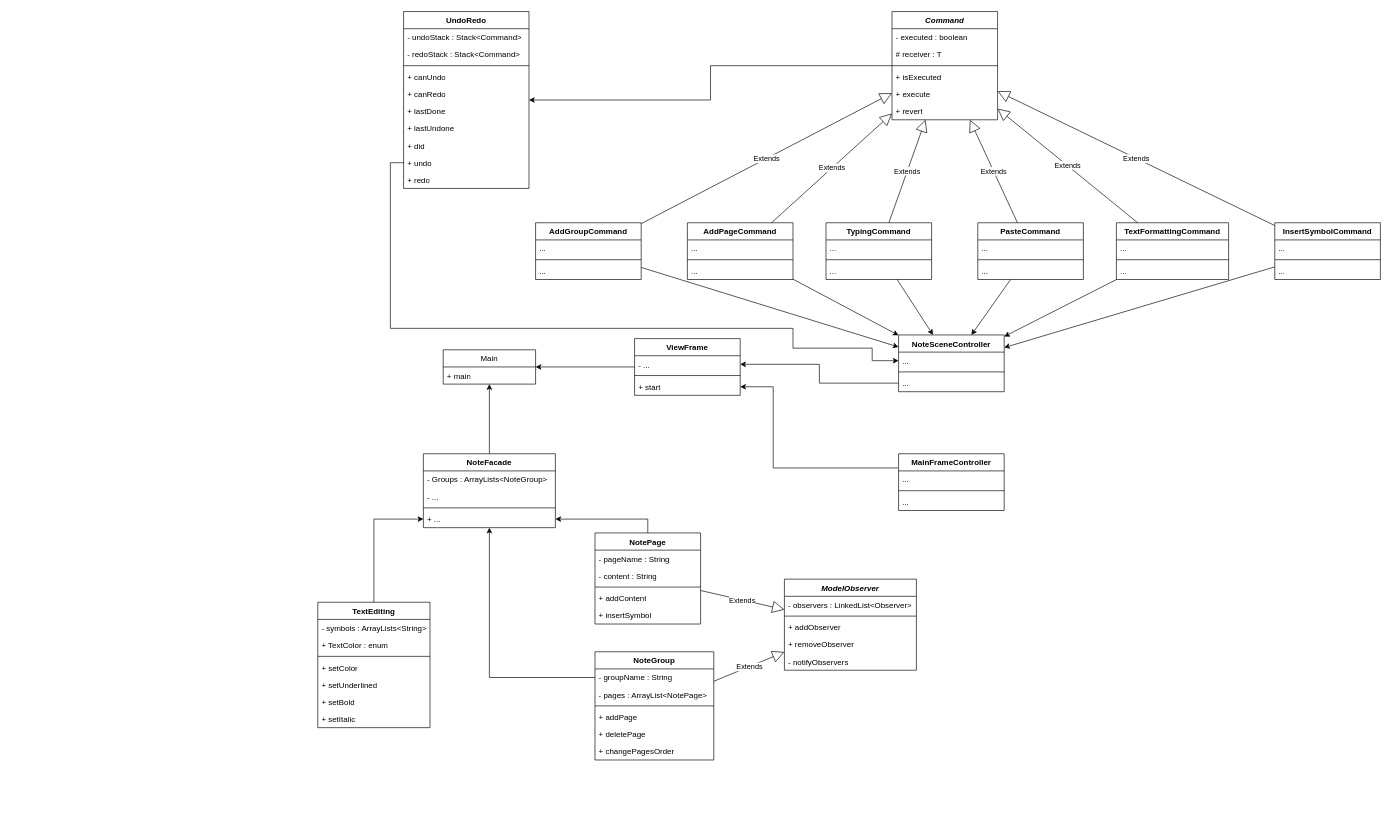
This is page "Class Diagram" (9 of 9) of uml_diagrams/notebookapp.drawio from EvatsugDnalloR/NotebookApplication, a draw.io file, before an edit. Source tidied: cells renumbered, new cells numbered last; positions are measured from the earlier drawing's top-left corner, leaving out a move shared by most shapes. Both pictures are drawn from the tidied source at 66%, with x=0, y=0 at pixel (317, 11).
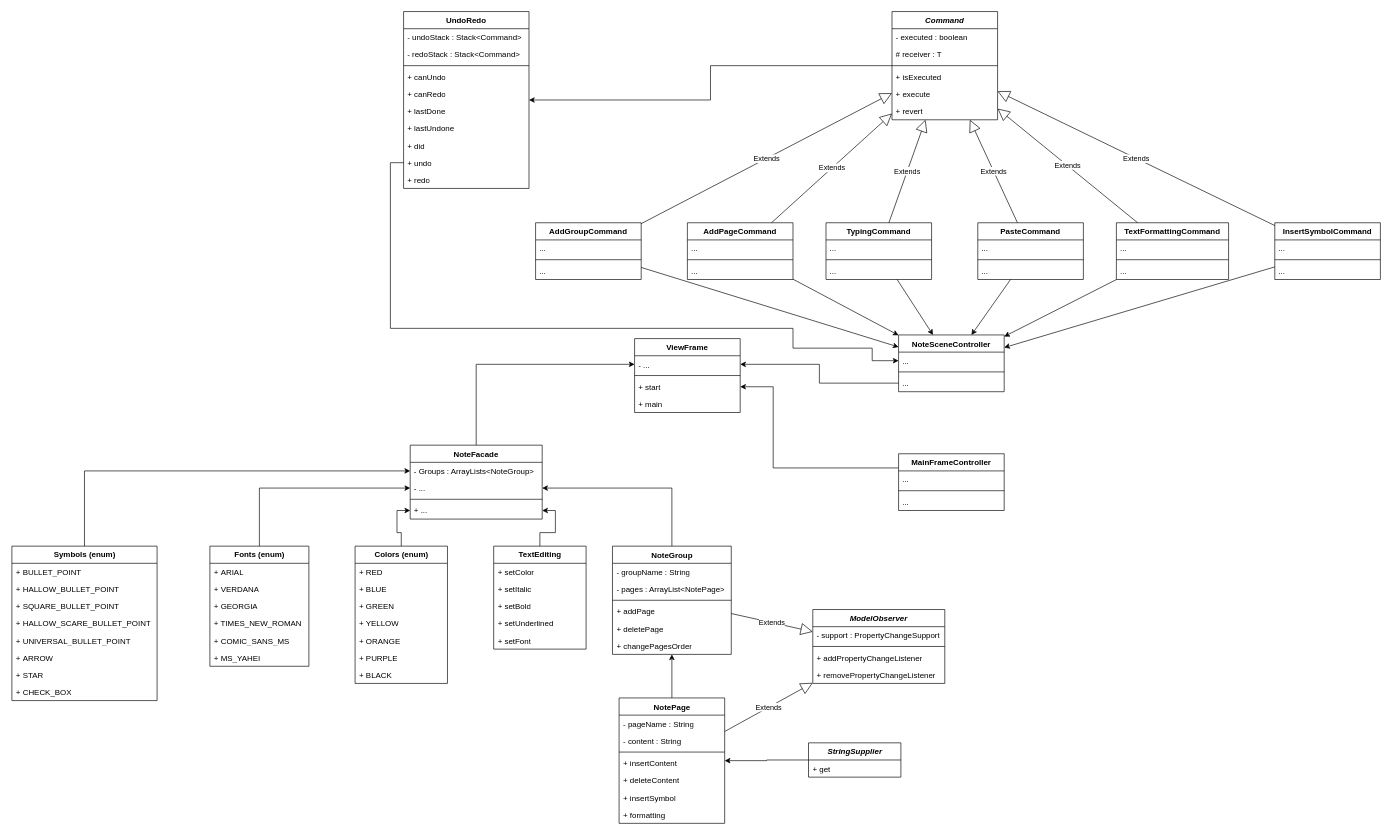
The same diagram, later.

Commit message (it also covers changes not shown here):
updated class diagram

Unchanged cells that the change refers to:
```xml
<mxCell id="10" value="- groupName : String" style="text;strokeColor=none;fillColor=none;align=left;verticalAlign=top;spacingLeft=4;spacingRight=4;overflow=hidden;points=[[0,0.5],[1,0.5]];portConstraint=eastwest;whiteSpace=wrap;html=1;" parent="9" vertex="1">
  <mxGeometry y="26" width="180" height="26" as="geometry" />
</mxCell>
<mxCell id="26" value="- Groups : ArrayLists&amp;lt;NoteGroup&amp;gt;" style="text;strokeColor=none;fillColor=none;align=left;verticalAlign=top;spacingLeft=4;spacingRight=4;overflow=hidden;points=[[0,0.5],[1,0.5]];portConstraint=eastwest;whiteSpace=wrap;html=1;" parent="25" vertex="1">
  <mxGeometry y="26" width="200" height="26" as="geometry" />
</mxCell>
<mxCell id="27" value="- ..." style="text;strokeColor=none;fillColor=none;align=left;verticalAlign=top;spacingLeft=4;spacingRight=4;overflow=hidden;points=[[0,0.5],[1,0.5]];portConstraint=eastwest;whiteSpace=wrap;html=1;" parent="25" vertex="1">
  <mxGeometry y="52" width="200" height="26" as="geometry" />
</mxCell>
<mxCell id="29" value="+ ..." style="text;strokeColor=none;fillColor=none;align=left;verticalAlign=top;spacingLeft=4;spacingRight=4;overflow=hidden;points=[[0,0.5],[1,0.5]];portConstraint=eastwest;whiteSpace=wrap;html=1;" parent="25" vertex="1">
  <mxGeometry y="86" width="200" height="26" as="geometry" />
</mxCell>
<mxCell id="80" value="- ..." style="text;strokeColor=none;fillColor=none;align=left;verticalAlign=top;spacingLeft=4;spacingRight=4;overflow=hidden;points=[[0,0.5],[1,0.5]];portConstraint=eastwest;whiteSpace=wrap;html=1;" parent="79" vertex="1">
  <mxGeometry y="26" width="160" height="26" as="geometry" />
</mxCell>
```

What changed in the source:
```diff
@@
-    <mxCell id="2" style="rounded=0;jettySize=auto;html=1;exitX=0.5;exitY=0;exitDx=0;exitDy=0;edgeStyle=orthogonalEdgeStyle;entryX=1;entryY=0.5;entryDx=0;entryDy=0;" parent="1" edge="1" source="3" target="29">
-      <mxGeometry relative="1" as="geometry" />
-    </mxCell>
+    <mxCell id="113" style="edgeStyle=orthogonalEdgeStyle;rounded=0;jettySize=auto;html=1;" parent="1" edge="1" source="3" target="9">
+      <mxGeometry relative="1" as="geometry" />
+    </mxCell>
     <mxCell id="3" value="NotePage" style="swimlane;fontStyle=1;align=center;verticalAlign=top;horizontal=1;startSize=26;whiteSpace=wrap;html=1;" parent="1" vertex="1">
-      <mxGeometry x="420" y="790" width="160" height="138" as="geometry" />
+      <mxGeometry x="456.5" y="1040" width="160" height="190" as="geometry" />
     </mxCell>
@@
-    <mxCell id="7" value="+ addContent" style="text;strokeColor=none;fillColor=none;align=left;verticalAlign=top;spacingLeft=4;spacingRight=4;overflow=hidden;whiteSpace=wrap;html=1;" parent="3" vertex="1">
+    <mxCell id="7" value="+ insertContent" style="text;strokeColor=none;fillColor=none;align=left;verticalAlign=top;spacingLeft=4;spacingRight=4;overflow=hidden;whiteSpace=wrap;html=1;" parent="3" vertex="1">
       <mxGeometry y="86" width="160" height="26" as="geometry" />
     </mxCell>
-    <mxCell id="8" value="+ insertSymbol" style="text;strokeColor=none;fillColor=none;align=left;verticalAlign=top;spacingLeft=4;spacingRight=4;overflow=hidden;whiteSpace=wrap;html=1;" parent="3" vertex="1">
+    <mxCell id="8" value="+ deleteContent" style="text;strokeColor=none;fillColor=none;align=left;verticalAlign=top;spacingLeft=4;spacingRight=4;overflow=hidden;whiteSpace=wrap;html=1;" parent="3" vertex="1">
       <mxGeometry y="112" width="160" height="26" as="geometry" />
     </mxCell>
+    <mxCell id="114" value="+&amp;nbsp;insertSymbol" style="text;strokeColor=none;fillColor=none;align=left;verticalAlign=top;spacingLeft=4;spacingRight=4;overflow=hidden;whiteSpace=wrap;html=1;" parent="3" vertex="1">
+      <mxGeometry y="138" width="160" height="26" as="geometry" />
+    </mxCell>
+    <mxCell id="115" value="+ formatting" style="text;strokeColor=none;fillColor=none;align=left;verticalAlign=top;spacingLeft=4;spacingRight=4;overflow=hidden;whiteSpace=wrap;html=1;" parent="3" vertex="1">
+      <mxGeometry y="164" width="160" height="26" as="geometry" />
+    </mxCell>
+    <mxCell id="116" style="edgeStyle=orthogonalEdgeStyle;rounded=0;jettySize=auto;html=1;exitX=0.5;exitY=0;exitDx=0;exitDy=0;entryX=1;entryY=0.5;entryDx=0;entryDy=0;" parent="1" edge="1" source="9" target="27">
+      <mxGeometry relative="1" as="geometry" />
+    </mxCell>
     <mxCell id="9" value="NoteGroup" style="swimlane;fontStyle=1;align=center;verticalAlign=top;horizontal=1;startSize=26;whiteSpace=wrap;html=1;" parent="1" vertex="1">
-      <mxGeometry x="420" y="970" width="180" height="164" as="geometry" />
+      <mxGeometry x="446.5" y="810" width="180" height="164" as="geometry" />
     </mxCell>
@@
-    <mxCell id="16" style="edgeStyle=orthogonalEdgeStyle;rounded=0;jettySize=auto;html=1;exitX=0.5;exitY=0;exitDx=0;exitDy=0;entryX=0;entryY=0.5;entryDx=0;entryDy=0;" parent="1" edge="1" source="17" target="29">
-      <mxGeometry relative="1" as="geometry" />
-    </mxCell>
-    <mxCell id="17" value="TextEditing" style="swimlane;fontStyle=1;align=center;verticalAlign=top;horizontal=1;startSize=26;whiteSpace=wrap;html=1;" parent="1" vertex="1">
-      <mxGeometry y="895" width="170" height="190" as="geometry" />
-    </mxCell>
-    <mxCell id="18" value="- symbols : ArrayLists&amp;lt;String&amp;gt;" style="text;strokeColor=none;fillColor=none;align=left;verticalAlign=top;spacingLeft=4;spacingRight=4;overflow=hidden;whiteSpace=wrap;html=1;" parent="17" vertex="1">
-      <mxGeometry y="26" width="170" height="26" as="geometry" />
-    </mxCell>
-    <mxCell id="19" value="+ TextColor : enum" style="text;strokeColor=none;fillColor=none;align=left;verticalAlign=top;spacingLeft=4;spacingRight=4;overflow=hidden;whiteSpace=wrap;html=1;" parent="17" vertex="1">
-      <mxGeometry y="52" width="170" height="26" as="geometry" />
-    </mxCell>
-    <mxCell id="20" style="line;strokeWidth=1;fillColor=none;align=left;verticalAlign=middle;spacingTop=-1;spacingLeft=3;spacingRight=3;labelPosition=right;strokeColor=inherit;" parent="17" vertex="1">
-      <mxGeometry y="78" width="170" height="8" as="geometry" />
-    </mxCell>
-    <mxCell id="21" value="+ setColor" style="text;strokeColor=none;fillColor=none;align=left;verticalAlign=top;spacingLeft=4;spacingRight=4;overflow=hidden;whiteSpace=wrap;html=1;" parent="17" vertex="1">
-      <mxGeometry y="86" width="170" height="26" as="geometry" />
-    </mxCell>
-    <mxCell id="22" value="+ setUnderlined" style="text;strokeColor=none;fillColor=none;align=left;verticalAlign=top;spacingLeft=4;spacingRight=4;overflow=hidden;whiteSpace=wrap;html=1;" parent="17" vertex="1">
-      <mxGeometry y="112" width="170" height="26" as="geometry" />
-    </mxCell>
-    <mxCell id="23" value="+ setBold" style="text;strokeColor=none;fillColor=none;align=left;verticalAlign=top;spacingLeft=4;spacingRight=4;overflow=hidden;whiteSpace=wrap;html=1;" parent="17" vertex="1">
-      <mxGeometry y="138" width="170" height="26" as="geometry" />
-    </mxCell>
-    <mxCell id="24" value="+ setItalic" style="text;strokeColor=none;fillColor=none;align=left;verticalAlign=top;spacingLeft=4;spacingRight=4;overflow=hidden;whiteSpace=wrap;html=1;" parent="17" vertex="1">
-      <mxGeometry y="164" width="170" height="26" as="geometry" />
-    </mxCell>
     <mxCell id="25" value="NoteFacade" style="swimlane;fontStyle=1;align=center;verticalAlign=top;horizontal=1;startSize=26;whiteSpace=wrap;html=1;" parent="1" vertex="1">
-      <mxGeometry x="160" y="670" width="200" height="112" as="geometry" />
+      <mxGeometry x="140" y="657" width="200" height="112" as="geometry" />
     </mxCell>
@@
     <mxCell id="30" value="&lt;i&gt;ModelObserver&lt;/i&gt;" style="swimlane;fontStyle=1;align=center;verticalAlign=top;horizontal=1;startSize=26;whiteSpace=wrap;html=1;" parent="1" vertex="1">
-      <mxGeometry x="707" y="860" width="200" height="138" as="geometry" />
+      <mxGeometry x="750" y="906" width="200" height="112" as="geometry" />
     </mxCell>
-    <mxCell id="31" value="- observers : LinkedList&amp;lt;Observer&amp;gt;" style="text;strokeColor=none;fillColor=none;align=left;verticalAlign=top;spacingLeft=4;spacingRight=4;overflow=hidden;whiteSpace=wrap;html=1;" parent="30" vertex="1">
+    <mxCell id="31" value="- support : PropertyChangeSupport" style="text;strokeColor=none;fillColor=none;align=left;verticalAlign=top;spacingLeft=4;spacingRight=4;overflow=hidden;whiteSpace=wrap;html=1;" parent="30" vertex="1">
       <mxGeometry y="26" width="200" height="26" as="geometry" />
     </mxCell>
@@
-    <mxCell id="33" value="+ addObserver" style="text;strokeColor=none;fillColor=none;align=left;verticalAlign=top;spacingLeft=4;spacingRight=4;overflow=hidden;whiteSpace=wrap;html=1;" parent="30" vertex="1">
+    <mxCell id="33" value="+&amp;nbsp;addPropertyChangeListener" style="text;strokeColor=none;fillColor=none;align=left;verticalAlign=top;spacingLeft=4;spacingRight=4;overflow=hidden;whiteSpace=wrap;html=1;" parent="30" vertex="1">
       <mxGeometry y="60" width="200" height="26" as="geometry" />
     </mxCell>
-    <mxCell id="34" value="+ removeObserver" style="text;strokeColor=none;fillColor=none;align=left;verticalAlign=top;spacingLeft=4;spacingRight=4;overflow=hidden;whiteSpace=wrap;html=1;" parent="30" vertex="1">
+    <mxCell id="34" value="+&amp;nbsp;removePropertyChangeListener" style="text;strokeColor=none;fillColor=none;align=left;verticalAlign=top;spacingLeft=4;spacingRight=4;overflow=hidden;whiteSpace=wrap;html=1;" parent="30" vertex="1">
       <mxGeometry y="86" width="200" height="26" as="geometry" />
     </mxCell>
-    <mxCell id="35" value="- notifyObservers" style="text;strokeColor=none;fillColor=none;align=left;verticalAlign=top;spacingLeft=4;spacingRight=4;overflow=hidden;whiteSpace=wrap;html=1;" parent="30" vertex="1">
-      <mxGeometry y="112" width="200" height="26" as="geometry" />
-    </mxCell>
@@
-    <mxCell id="78" style="rounded=0;jettySize=auto;html=1;" parent="1" edge="1" source="79" target="92">
-      <mxGeometry relative="1" as="geometry" />
-    </mxCell>
     <mxCell id="79" value="ViewFrame" style="swimlane;fontStyle=1;align=center;verticalAlign=top;horizontal=1;startSize=26;whiteSpace=wrap;html=1;" parent="1" vertex="1">
-      <mxGeometry x="480" y="495.5" width="160" height="86" as="geometry" />
+      <mxGeometry x="480" y="495.5" width="160" height="112" as="geometry" />
     </mxCell>
@@
+    <mxCell id="93" value="+ main" style="text;strokeColor=none;fillColor=none;align=left;verticalAlign=top;spacingLeft=4;spacingRight=4;overflow=hidden;whiteSpace=wrap;html=1;" parent="79" vertex="1">
+      <mxGeometry y="86" width="160" height="26" as="geometry" />
+    </mxCell>
@@
-    <mxCell id="92" value="Main" style="swimlane;fontStyle=0;horizontal=1;startSize=26;fillColor=none;whiteSpace=wrap;html=1;" parent="1" vertex="1">
-      <mxGeometry x="190" y="512.5" width="140" height="52" as="geometry" />
-    </mxCell>
-    <mxCell id="93" value="+ main" style="text;strokeColor=none;fillColor=none;align=left;verticalAlign=top;spacingLeft=4;spacingRight=4;overflow=hidden;whiteSpace=wrap;html=1;" parent="92" vertex="1">
-      <mxGeometry y="26" width="140" height="26" as="geometry" />
-    </mxCell>
@@
-    <mxCell id="109" style="rounded=0;jettySize=auto;html=1;" parent="1" edge="1" source="25" target="92">
+    <mxCell id="109" style="rounded=0;jettySize=auto;html=1;edgeStyle=orthogonalEdgeStyle;" parent="1" edge="1" source="25" target="80">
       <mxGeometry relative="1" as="geometry" />
     </mxCell>
@@
-    <mxCell id="112" style="edgeStyle=orthogonalEdgeStyle;rounded=0;jettySize=auto;html=1;exitX=0;exitY=0.5;exitDx=0;exitDy=0;" parent="1" edge="1" source="10" target="25">
-      <mxGeometry relative="1" as="geometry" />
-    </mxCell>
+    <mxCell id="16" style="edgeStyle=orthogonalEdgeStyle;rounded=0;jettySize=auto;html=1;exitX=0.5;exitY=0;exitDx=0;exitDy=0;entryX=1;entryY=0.5;entryDx=0;entryDy=0;" parent="1" edge="1" source="17" target="29">
+      <mxGeometry relative="1" as="geometry" />
+    </mxCell>
+    <mxCell id="17" value="&lt;span style=&quot;font-weight: 700;&quot;&gt;TextEditing&lt;/span&gt;" style="swimlane;fontStyle=0;horizontal=1;startSize=26;fillColor=none;whiteSpace=wrap;html=1;" parent="1" vertex="1">
+      <mxGeometry x="266.5" y="810" width="140" height="156" as="geometry" />
+    </mxCell>
+    <mxCell id="21" value="+ setColor" style="text;strokeColor=none;fillColor=none;align=left;verticalAlign=top;spacingLeft=4;spacingRight=4;overflow=hidden;whiteSpace=wrap;html=1;" parent="17" vertex="1">
+      <mxGeometry y="26" width="140" height="26" as="geometry" />
+    </mxCell>
+    <mxCell id="24" value="+ setItalic" style="text;strokeColor=none;fillColor=none;align=left;verticalAlign=top;spacingLeft=4;spacingRight=4;overflow=hidden;whiteSpace=wrap;html=1;" parent="17" vertex="1">
+      <mxGeometry y="52" width="140" height="26" as="geometry" />
+    </mxCell>
+    <mxCell id="23" value="+ setBold" style="text;strokeColor=none;fillColor=none;align=left;verticalAlign=top;spacingLeft=4;spacingRight=4;overflow=hidden;whiteSpace=wrap;html=1;" parent="17" vertex="1">
+      <mxGeometry y="78" width="140" height="26" as="geometry" />
+    </mxCell>
+    <mxCell id="22" value="+ setUnderlined" style="text;strokeColor=none;fillColor=none;align=left;verticalAlign=top;spacingLeft=4;spacingRight=4;overflow=hidden;whiteSpace=wrap;html=1;" parent="17" vertex="1">
+      <mxGeometry y="104" width="140" height="26" as="geometry" />
+    </mxCell>
+    <mxCell id="117" value="+ setFont" style="text;strokeColor=none;fillColor=none;align=left;verticalAlign=top;spacingLeft=4;spacingRight=4;overflow=hidden;whiteSpace=wrap;html=1;" parent="17" vertex="1">
+      <mxGeometry y="130" width="140" height="26" as="geometry" />
+    </mxCell>
+    <mxCell id="118" style="edgeStyle=orthogonalEdgeStyle;rounded=0;jettySize=auto;html=1;exitX=0.5;exitY=0;exitDx=0;exitDy=0;entryX=0;entryY=0.5;entryDx=0;entryDy=0;" parent="1" edge="1" source="119" target="29">
+      <mxGeometry relative="1" as="geometry" />
+    </mxCell>
+    <mxCell id="119" value="&lt;b&gt;Colors (enum)&lt;/b&gt;" style="swimlane;fontStyle=0;horizontal=1;startSize=26;fillColor=none;whiteSpace=wrap;html=1;" parent="1" vertex="1">
+      <mxGeometry x="56.5" y="810" width="140" height="208" as="geometry" />
+    </mxCell>
+    <mxCell id="120" value="+ RED" style="text;strokeColor=none;fillColor=none;align=left;verticalAlign=top;spacingLeft=4;spacingRight=4;overflow=hidden;whiteSpace=wrap;html=1;" parent="119" vertex="1">
+      <mxGeometry y="26" width="140" height="26" as="geometry" />
+    </mxCell>
+    <mxCell id="121" value="+ BLUE" style="text;strokeColor=none;fillColor=none;align=left;verticalAlign=top;spacingLeft=4;spacingRight=4;overflow=hidden;whiteSpace=wrap;html=1;" parent="119" vertex="1">
+      <mxGeometry y="52" width="140" height="26" as="geometry" />
+    </mxCell>
+    <mxCell id="122" value="+ GREEN" style="text;strokeColor=none;fillColor=none;align=left;verticalAlign=top;spacingLeft=4;spacingRight=4;overflow=hidden;whiteSpace=wrap;html=1;" parent="119" vertex="1">
+      <mxGeometry y="78" width="140" height="26" as="geometry" />
+    </mxCell>
+    <mxCell id="123" value="+ YELLOW" style="text;strokeColor=none;fillColor=none;align=left;verticalAlign=top;spacingLeft=4;spacingRight=4;overflow=hidden;whiteSpace=wrap;html=1;" parent="119" vertex="1">
+      <mxGeometry y="104" width="140" height="26" as="geometry" />
+    </mxCell>
+    <mxCell id="124" value="+ ORANGE" style="text;strokeColor=none;fillColor=none;align=left;verticalAlign=top;spacingLeft=4;spacingRight=4;overflow=hidden;whiteSpace=wrap;html=1;" parent="119" vertex="1">
+      <mxGeometry y="130" width="140" height="26" as="geometry" />
+    </mxCell>
+    <mxCell id="125" value="+ PURPLE" style="text;strokeColor=none;fillColor=none;align=left;verticalAlign=top;spacingLeft=4;spacingRight=4;overflow=hidden;whiteSpace=wrap;html=1;" parent="119" vertex="1">
+      <mxGeometry y="156" width="140" height="26" as="geometry" />
+    </mxCell>
+    <mxCell id="126" value="+ BLACK" style="text;strokeColor=none;fillColor=none;align=left;verticalAlign=top;spacingLeft=4;spacingRight=4;overflow=hidden;whiteSpace=wrap;html=1;" parent="119" vertex="1">
+      <mxGeometry y="182" width="140" height="26" as="geometry" />
+    </mxCell>
+    <mxCell id="127" style="edgeStyle=orthogonalEdgeStyle;rounded=0;jettySize=auto;html=1;exitX=0.5;exitY=0;exitDx=0;exitDy=0;entryX=0;entryY=0.5;entryDx=0;entryDy=0;" parent="1" edge="1" source="128" target="27">
+      <mxGeometry relative="1" as="geometry" />
+    </mxCell>
+    <mxCell id="128" value="&lt;b&gt;Fonts (enum)&lt;/b&gt;" style="swimlane;fontStyle=0;horizontal=1;startSize=26;fillColor=none;whiteSpace=wrap;html=1;" parent="1" vertex="1">
+      <mxGeometry x="-163.5" y="810" width="150" height="182" as="geometry" />
+    </mxCell>
+    <mxCell id="129" value="+&amp;nbsp;ARIAL" style="text;strokeColor=none;fillColor=none;align=left;verticalAlign=top;spacingLeft=4;spacingRight=4;overflow=hidden;whiteSpace=wrap;html=1;" parent="128" vertex="1">
+      <mxGeometry y="26" width="150" height="26" as="geometry" />
+    </mxCell>
+    <mxCell id="130" value="+ VERDANA" style="text;strokeColor=none;fillColor=none;align=left;verticalAlign=top;spacingLeft=4;spacingRight=4;overflow=hidden;whiteSpace=wrap;html=1;" parent="128" vertex="1">
+      <mxGeometry y="52" width="150" height="26" as="geometry" />
+    </mxCell>
+    <mxCell id="131" value="+ GEORGIA" style="text;strokeColor=none;fillColor=none;align=left;verticalAlign=top;spacingLeft=4;spacingRight=4;overflow=hidden;whiteSpace=wrap;html=1;" parent="128" vertex="1">
+      <mxGeometry y="78" width="150" height="26" as="geometry" />
+    </mxCell>
+    <mxCell id="132" value="+ TIMES_NEW_ROMAN" style="text;strokeColor=none;fillColor=none;align=left;verticalAlign=top;spacingLeft=4;spacingRight=4;overflow=hidden;whiteSpace=wrap;html=1;" parent="128" vertex="1">
+      <mxGeometry y="104" width="150" height="26" as="geometry" />
+    </mxCell>
+    <mxCell id="133" value="+&amp;nbsp;COMIC_SANS_MS" style="text;strokeColor=none;fillColor=none;align=left;verticalAlign=top;spacingLeft=4;spacingRight=4;overflow=hidden;whiteSpace=wrap;html=1;" parent="128" vertex="1">
+      <mxGeometry y="130" width="150" height="26" as="geometry" />
+    </mxCell>
+    <mxCell id="134" value="+&amp;nbsp;MS_YAHEI" style="text;strokeColor=none;fillColor=none;align=left;verticalAlign=top;spacingLeft=4;spacingRight=4;overflow=hidden;whiteSpace=wrap;html=1;" parent="128" vertex="1">
+      <mxGeometry y="156" width="150" height="26" as="geometry" />
+    </mxCell>
+    <mxCell id="135" style="edgeStyle=orthogonalEdgeStyle;rounded=0;jettySize=auto;html=1;exitX=0.5;exitY=0;exitDx=0;exitDy=0;entryX=0;entryY=0.5;entryDx=0;entryDy=0;" parent="1" edge="1" source="136" target="26">
+      <mxGeometry relative="1" as="geometry" />
+    </mxCell>
+    <mxCell id="136" value="&lt;b&gt;Symbols (enum)&lt;/b&gt;" style="swimlane;fontStyle=0;horizontal=1;startSize=26;fillColor=none;whiteSpace=wrap;html=1;" parent="1" vertex="1">
+      <mxGeometry x="-463.5" y="810" width="220" height="234" as="geometry" />
+    </mxCell>
+    <mxCell id="137" value="+&amp;nbsp;BULLET_POINT" style="text;strokeColor=none;fillColor=none;align=left;verticalAlign=top;spacingLeft=4;spacingRight=4;overflow=hidden;whiteSpace=wrap;html=1;" parent="136" vertex="1">
+      <mxGeometry y="26" width="220" height="26" as="geometry" />
+    </mxCell>
+    <mxCell id="138" value="+&amp;nbsp;HALLOW_BULLET_POINT" style="text;strokeColor=none;fillColor=none;align=left;verticalAlign=top;spacingLeft=4;spacingRight=4;overflow=hidden;whiteSpace=wrap;html=1;" parent="136" vertex="1">
+      <mxGeometry y="52" width="220" height="26" as="geometry" />
+    </mxCell>
+    <mxCell id="139" value="+&amp;nbsp;SQUARE_BULLET_POINT" style="text;strokeColor=none;fillColor=none;align=left;verticalAlign=top;spacingLeft=4;spacingRight=4;overflow=hidden;whiteSpace=wrap;html=1;" parent="136" vertex="1">
+      <mxGeometry y="78" width="220" height="26" as="geometry" />
+    </mxCell>
+    <mxCell id="140" value="+&amp;nbsp;HALLOW_SCARE_BULLET_POINT" style="text;strokeColor=none;fillColor=none;align=left;verticalAlign=top;spacingLeft=4;spacingRight=4;overflow=hidden;whiteSpace=wrap;html=1;" parent="136" vertex="1">
+      <mxGeometry y="104" width="220" height="26" as="geometry" />
+    </mxCell>
+    <mxCell id="141" value="+&amp;nbsp;UNIVERSAL_BULLET_POINT" style="text;strokeColor=none;fillColor=none;align=left;verticalAlign=top;spacingLeft=4;spacingRight=4;overflow=hidden;whiteSpace=wrap;html=1;" parent="136" vertex="1">
+      <mxGeometry y="130" width="220" height="26" as="geometry" />
+    </mxCell>
+    <mxCell id="142" value="+&amp;nbsp;ARROW" style="text;strokeColor=none;fillColor=none;align=left;verticalAlign=top;spacingLeft=4;spacingRight=4;overflow=hidden;whiteSpace=wrap;html=1;" parent="136" vertex="1">
+      <mxGeometry y="156" width="220" height="26" as="geometry" />
+    </mxCell>
+    <mxCell id="143" value="+&amp;nbsp;STAR" style="text;strokeColor=none;fillColor=none;align=left;verticalAlign=top;spacingLeft=4;spacingRight=4;overflow=hidden;whiteSpace=wrap;html=1;" parent="136" vertex="1">
+      <mxGeometry y="182" width="220" height="26" as="geometry" />
+    </mxCell>
+    <mxCell id="144" value="+&amp;nbsp;CHECK_BOX" style="text;strokeColor=none;fillColor=none;align=left;verticalAlign=top;spacingLeft=4;spacingRight=4;overflow=hidden;whiteSpace=wrap;html=1;" parent="136" vertex="1">
+      <mxGeometry y="208" width="220" height="26" as="geometry" />
+    </mxCell>
+    <mxCell id="145" style="edgeStyle=orthogonalEdgeStyle;rounded=0;jettySize=auto;html=1;" parent="1" edge="1" source="146" target="3">
+      <mxGeometry relative="1" as="geometry" />
+    </mxCell>
+    <mxCell id="146" value="&lt;i&gt;&lt;b&gt;StringSupplier&lt;/b&gt;&lt;/i&gt;" style="swimlane;fontStyle=0;horizontal=1;startSize=26;fillColor=none;whiteSpace=wrap;html=1;" parent="1" vertex="1">
+      <mxGeometry x="743.5" y="1108" width="140" height="52" as="geometry" />
+    </mxCell>
+    <mxCell id="147" value="+&amp;nbsp;get" style="text;strokeColor=none;fillColor=none;align=left;verticalAlign=top;spacingLeft=4;spacingRight=4;overflow=hidden;whiteSpace=wrap;html=1;" parent="146" vertex="1">
+      <mxGeometry y="26" width="140" height="26" as="geometry" />
+    </mxCell>
```
